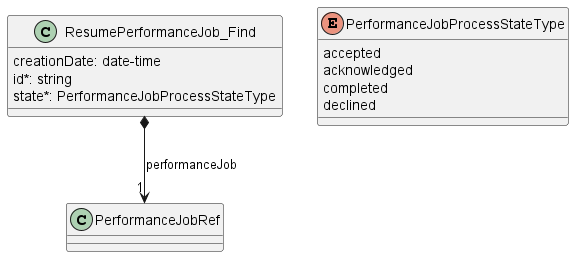
MEF-GIT/MEF-LSO-Legato-SDK keeps this PlantUML diagram as documentation/serviceApi/pm/performance/media/useCase19Model.png. Above is the earlier version. The source it was exported from:
```plantuml
@startuml useCase19Model

class ResumePerformanceJob_Find {

    creationDate: date-time
    id*: string
    state*: PerformanceJobProcessStateType
}

ResumePerformanceJob_Find *-->"1" PerformanceJobRef : performanceJob

enum PerformanceJobProcessStateType {

    accepted
    acknowledged
    completed
    declined
}

@enduml
```
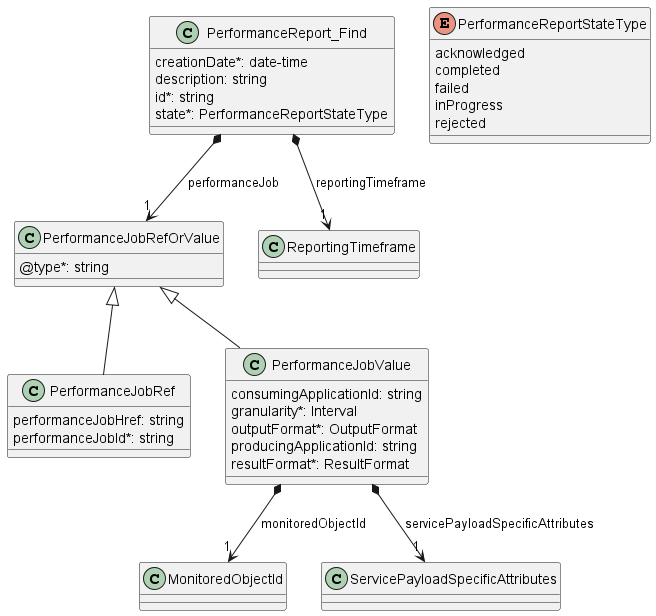
After the change.

Diff of the diagram source:
```diff
@@ -1,20 +1,47 @@
 @startuml useCase19Model
 
-class ResumePerformanceJob_Find {
-
-    creationDate: date-time
+class PerformanceReport_Find {
+    creationDate*: date-time
+    description: string
     id*: string
-    state*: PerformanceJobProcessStateType
+    state*: PerformanceReportStateType
 }
 
-ResumePerformanceJob_Find *-->"1" PerformanceJobRef : performanceJob
+PerformanceReport_Find *--> "1" PerformanceJobRefOrValue : performanceJob
+PerformanceReport_Find *--> "1" ReportingTimeframe : reportingTimeframe
 
-enum PerformanceJobProcessStateType {
+enum PerformanceReportStateType {
 
-    accepted
     acknowledged
     completed
-    declined
+    failed
+    inProgress
+    rejected
 }
 
+class PerformanceJobRefOrValue {
+    @type*: string
+}
+
+class PerformanceJobRef {
+
+    performanceJobHref: string
+    performanceJobId*: string
+}
+PerformanceJobRefOrValue <|-- PerformanceJobRef
+
+class PerformanceJobValue {
+
+    consumingApplicationId: string
+    granularity*: Interval
+    outputFormat*: OutputFormat
+    producingApplicationId: string
+    resultFormat*: ResultFormat
+}
+PerformanceJobRefOrValue <|-- PerformanceJobValue
+
+PerformanceJobValue *-->"1" MonitoredObjectId : monitoredObjectId
+PerformanceJobValue *-->"1" ServicePayloadSpecificAttributes : servicePayloadSpecificAttributes
+
+
 @enduml
```
